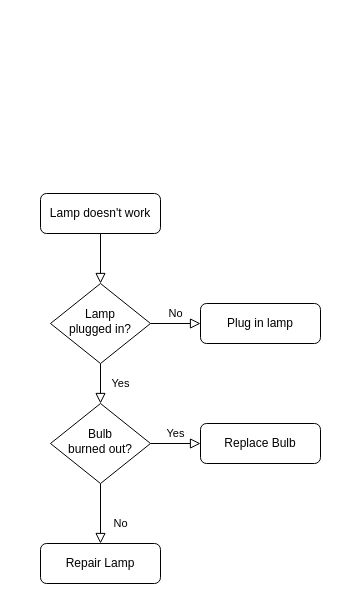
This is Trabajo/Farrera/Programa Lealtad/Programa Lealtad Referenciar desde Herramienta.drawio from GtrujilloTS/Diagramas, a draw.io file, before an edit. Source tidied: cells renumbered, new cells numbered last; positions are measured from the earlier drawing's top-left corner, leaving out a move shared by most shapes. Both pictures are drawn from the tidied source at 100%, with x=0, y=0 at pixel (40, 193).
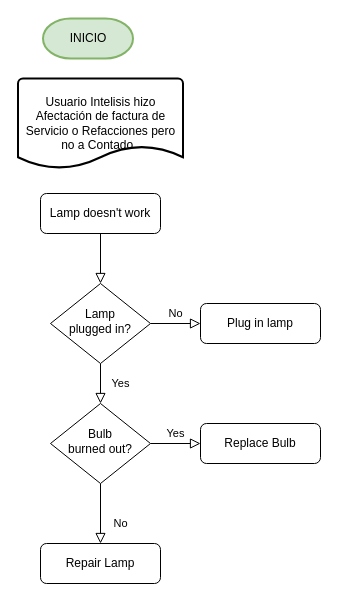
The same diagram, later.

What changed in the source:
```diff
@@
 <mxGraphModel>
   <root>
     <mxCell id="0" />
     <mxCell id="1" parent="0" />
     <mxCell id="2" style="rounded=0;html=1;jettySize=auto;fontSize=11;endArrow=block;endFill=0;endSize=8;strokeWidth=1;shadow=0;labelBackgroundColor=none;edgeStyle=orthogonalEdgeStyle;" parent="1" edge="1" source="3" target="6">
       <mxGeometry relative="1" as="geometry" />
     </mxCell>
     <mxCell id="3" value="Lamp doesn't work" style="rounded=1;whiteSpace=wrap;html=1;fontSize=12;glass=0;strokeWidth=1;shadow=0;" parent="1" vertex="1">
       <mxGeometry width="120" height="40" as="geometry" />
     </mxCell>
     <mxCell id="4" value="Yes" style="rounded=0;html=1;jettySize=auto;fontSize=11;endArrow=block;endFill=0;endSize=8;strokeWidth=1;shadow=0;labelBackgroundColor=none;edgeStyle=orthogonalEdgeStyle;" parent="1" edge="1" source="6" target="10">
       <mxGeometry y="20" relative="1" as="geometry" />
     </mxCell>
     <mxCell id="5" value="No" style="edgeStyle=orthogonalEdgeStyle;rounded=0;html=1;jettySize=auto;fontSize=11;endArrow=block;endFill=0;endSize=8;strokeWidth=1;shadow=0;labelBackgroundColor=none;" parent="1" edge="1" source="6" target="7">
       <mxGeometry y="10" relative="1" as="geometry" />
     </mxCell>
     <mxCell id="6" value="Lamp&lt;br&gt;plugged in?" style="rhombus;whiteSpace=wrap;html=1;shadow=0;fontFamily=Helvetica;fontSize=12;align=center;strokeWidth=1;spacing=6;spacingTop=-4;" parent="1" vertex="1">
       <mxGeometry x="10" y="90" width="100" height="80" as="geometry" />
     </mxCell>
     <mxCell id="7" value="Plug in lamp" style="rounded=1;whiteSpace=wrap;html=1;fontSize=12;glass=0;strokeWidth=1;shadow=0;" parent="1" vertex="1">
       <mxGeometry x="160" y="110" width="120" height="40" as="geometry" />
     </mxCell>
     <mxCell id="8" value="No" style="rounded=0;html=1;jettySize=auto;fontSize=11;endArrow=block;endFill=0;endSize=8;strokeWidth=1;shadow=0;labelBackgroundColor=none;edgeStyle=orthogonalEdgeStyle;" parent="1" edge="1" source="10" target="11">
       <mxGeometry x="0.33" y="20" relative="1" as="geometry" />
     </mxCell>
     <mxCell id="9" value="Yes" style="edgeStyle=orthogonalEdgeStyle;rounded=0;html=1;jettySize=auto;fontSize=11;endArrow=block;endFill=0;endSize=8;strokeWidth=1;shadow=0;labelBackgroundColor=none;" parent="1" edge="1" source="10" target="12">
       <mxGeometry y="10" relative="1" as="geometry" />
     </mxCell>
     <mxCell id="10" value="Bulb&lt;br&gt;burned out?" style="rhombus;whiteSpace=wrap;html=1;shadow=0;fontFamily=Helvetica;fontSize=12;align=center;strokeWidth=1;spacing=6;spacingTop=-4;" parent="1" vertex="1">
       <mxGeometry x="10" y="210" width="100" height="80" as="geometry" />
     </mxCell>
     <mxCell id="11" value="Repair Lamp" style="rounded=1;whiteSpace=wrap;html=1;fontSize=12;glass=0;strokeWidth=1;shadow=0;" parent="1" vertex="1">
       <mxGeometry y="350" width="120" height="40" as="geometry" />
     </mxCell>
     <mxCell id="12" value="Replace Bulb" style="rounded=1;whiteSpace=wrap;html=1;fontSize=12;glass=0;strokeWidth=1;shadow=0;" parent="1" vertex="1">
       <mxGeometry x="160" y="230" width="120" height="40" as="geometry" />
     </mxCell>
+    <mxCell id="13" value="INICIO" style="strokeWidth=2;html=1;shape=mxgraph.flowchart.terminator;whiteSpace=wrap;fillColor=#d5e8d4;strokeColor=#82b366;" parent="1" vertex="1">
+      <mxGeometry x="2.5" y="-175" width="90" height="40" as="geometry" />
+    </mxCell>
+    <mxCell id="14" value="Usuario Intelisis hizo Afectación de factura de Servicio o Refacciones pero no a Contado&amp;nbsp;&amp;nbsp;" style="strokeWidth=2;html=1;shape=mxgraph.flowchart.document2;whiteSpace=wrap;size=0.25;" parent="1" vertex="1">
+      <mxGeometry x="-22.5" y="-115" width="165" height="90" as="geometry" />
+    </mxCell>
   </root>
 </mxGraphModel>
```
